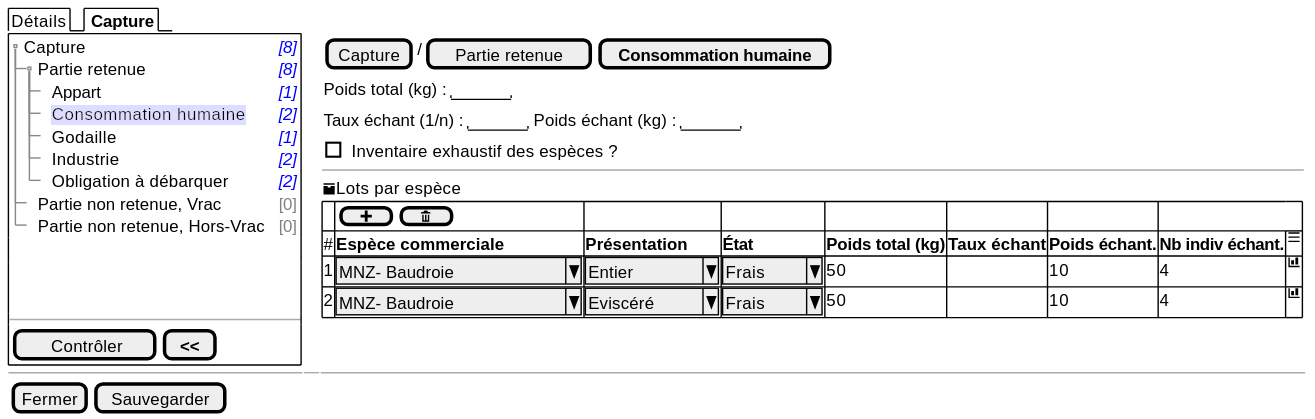
sumaris-net/sumaris-doc keeps this PlantUML diagram as projects/obsmer/spe/images/batch/batch-tree-PR-HCN.svg. Above is the earlier version.
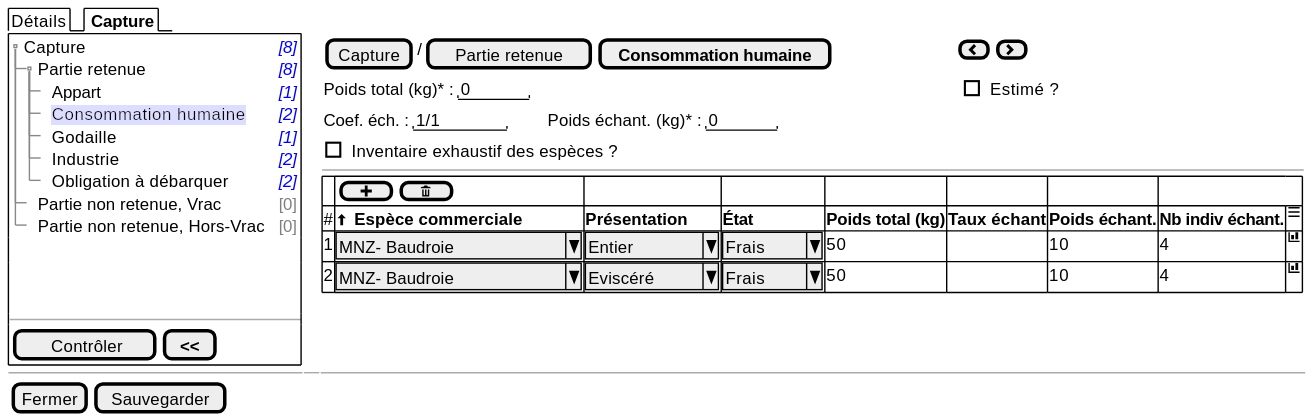
After the change.

Change to the diagram source:
```diff
@@ -21,18 +21,17 @@
       [<&checkmark> Contrôler] | [ <b><< ]
    }
   } | . | {
-    { [Capture] | / | [Partie retenue] | [<b>Consommation humaine] }
+    { [Capture] | / | [Partie retenue] | [<b>Consommation humaine] | . | . | . | . | . | . | . | . | . | . | . | . | . | . | . | . | . | { [<&chevron-left>] | [<&chevron-right>] } }
 
-    {Poids total (kg) : | "     " }
+    {Poids total (kg)* : | " 0    " | . | . | . | . | . | . | . | . | . | . | . | . | . | . | . | . | . | . | . | . | . | . | . | . | . | . | . | . | . | . | . | . | . | . | . | . | . | . | . | . | . | . | . | . |. |. |. |. |. |. |. |. |. |. |. |. |. |. |. |. |. |[ ] Estimé ?}
 
-    {Taux échant (1/n) : | "     " | Poids échant (kg) : | "     " }
+    {Coef. éch. : | " 1/1    " | . | . | . | . | . | Poids échant. (kg)* : | " 0    " }
 
     { [ ] Inventaire exhaustif des espèces ? }
     ---
-    <&box>Lots par espèce
     {#
           . | {[ <&plus> ] | [ <&trash> ] }  | . | . | . | . | .
-          # | <b>Espèce commerciale  | <b>Présentation | <b>État | <b>Poids total (kg)     |  <b>Taux échant  | <b>Poids échant. | <b>Nb indiv échant. | <&menu>
+          # | <&arrow-thick-top> <b>Espèce commerciale  | <b>Présentation | <b>État | <b>Poids total (kg)     |  <b>Taux échant  | <b>Poids échant. | <b>Nb indiv échant. | <&menu>
           1 | ^MNZ- Baudroie       ^ | ^ Entier   ^ | ^ Frais ^ | 50   |  .   |   10          | 4 | <&bar-chart>
           2 | ^MNZ- Baudroie       ^ | ^ Eviscéré ^ | ^ Frais ^ | 50   |  .   |   10          | 4 | <&bar-chart>
         }
```
